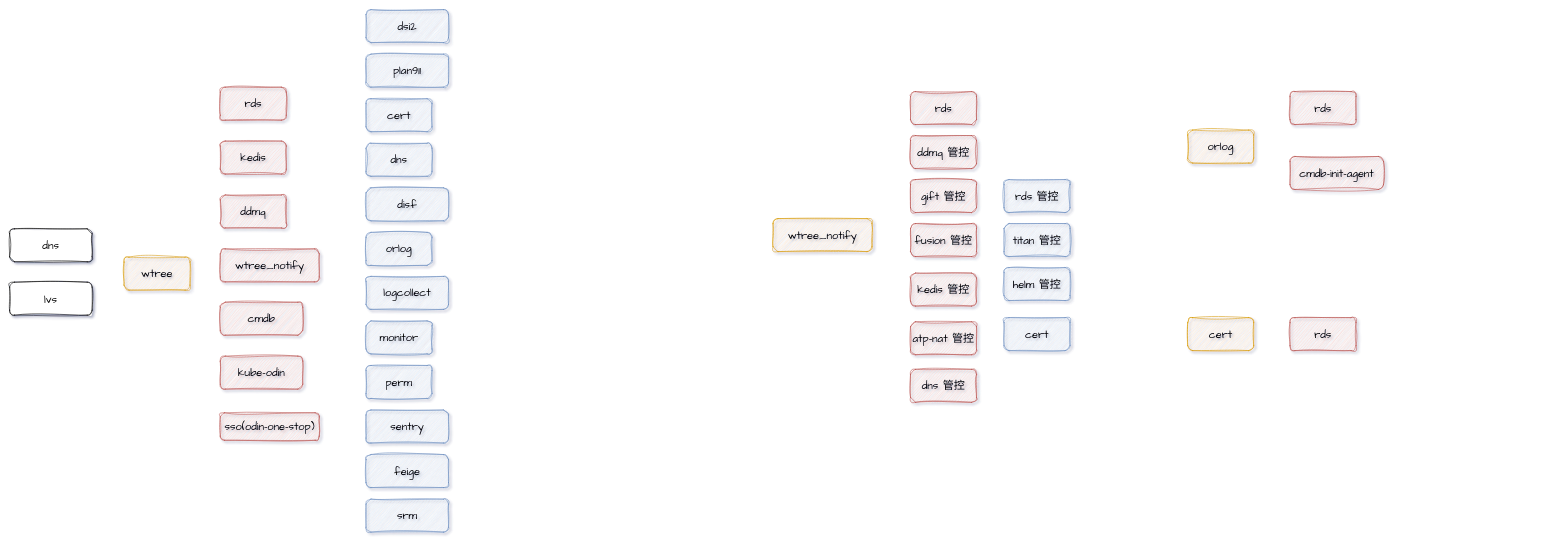
This is page "wtree 依赖" (6 of 6) of wtree.drawio from yubo/draw, a draw.io file, before an edit. Source tidied: cells renumbered, new cells numbered last; positions are measured from the earlier drawing's top-left corner, leaving out a move shared by most shapes. Both pictures are drawn from the tidied source at 55%, with x=0, y=0 at pixel (9, 9).
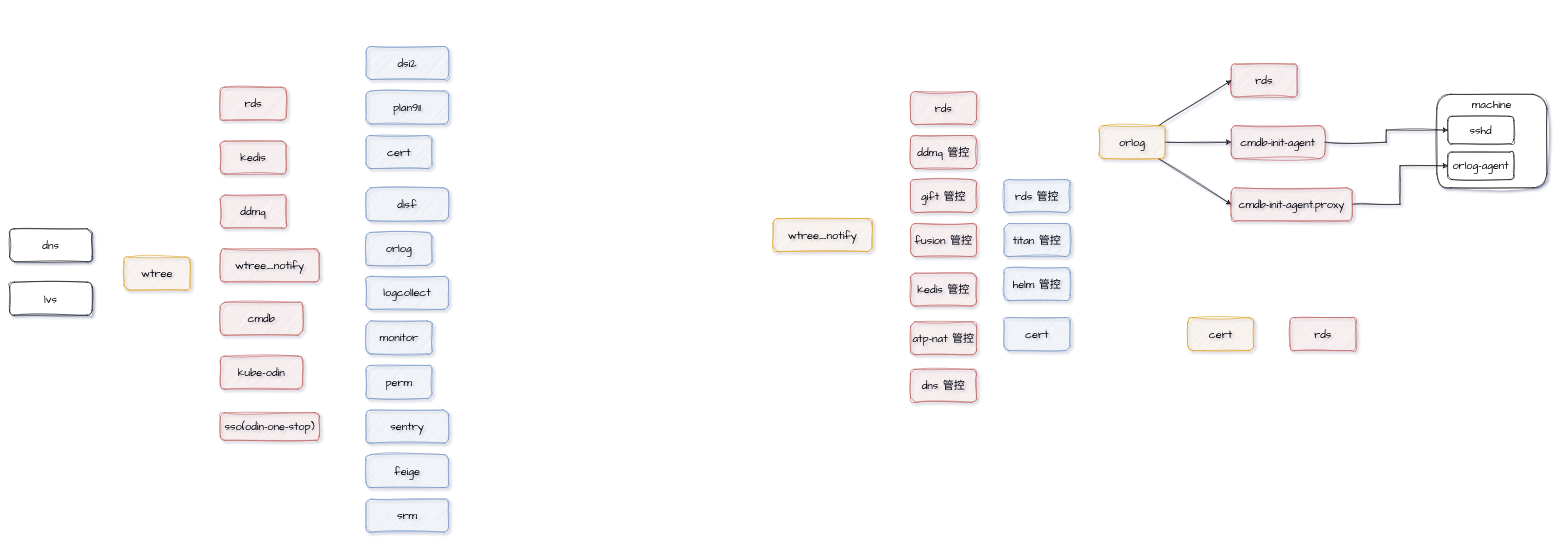
The same page after the edit.

What changed in the source:
```diff
@@
+    <mxCell id="41" value="machine" style="rounded=1;whiteSpace=wrap;html=1;sketch=1;hachureGap=4;jiggle=2;curveFitting=1;fontFamily=Architects Daughter;fontSize=20;horizontal=1;verticalAlign=top;" parent="1" vertex="1">
+      <mxGeometry x="2595" y="154" width="200" height="170" as="geometry" />
+    </mxCell>
@@
     <mxCell id="4" value="cert" style="rounded=1;whiteSpace=wrap;html=1;sketch=1;hachureGap=4;jiggle=2;curveFitting=1;fontFamily=Architects Daughter;fontSize=20;fillColor=#dae8fc;strokeColor=#6c8ebf;" parent="1" vertex="1">
-      <mxGeometry x="648" y="162" width="120" height="60" as="geometry" />
+      <mxGeometry x="648" y="229" width="120" height="60" as="geometry" />
     </mxCell>
@@
-    <mxCell id="8" value="dns" style="rounded=1;whiteSpace=wrap;html=1;sketch=1;hachureGap=4;jiggle=2;curveFitting=1;fontFamily=Architects Daughter;fontSize=20;fillColor=#dae8fc;strokeColor=#6c8ebf;" parent="1" vertex="1">
-      <mxGeometry x="648" y="243" width="120" height="60" as="geometry" />
-    </mxCell>
@@
     <mxCell id="20" value="plan911" style="rounded=1;whiteSpace=wrap;html=1;sketch=1;hachureGap=4;jiggle=2;curveFitting=1;fontFamily=Architects Daughter;fontSize=20;fillColor=#dae8fc;strokeColor=#6c8ebf;" parent="1" vertex="1">
-      <mxGeometry x="648" y="81" width="150" height="60" as="geometry" />
+      <mxGeometry x="648" y="148" width="150" height="60" as="geometry" />
     </mxCell>
     <mxCell id="21" value="dsi2" style="rounded=1;whiteSpace=wrap;html=1;sketch=1;hachureGap=4;jiggle=2;curveFitting=1;fontFamily=Architects Daughter;fontSize=20;fillColor=#dae8fc;strokeColor=#6c8ebf;" parent="1" vertex="1">
-      <mxGeometry x="648" width="150" height="60" as="geometry" />
+      <mxGeometry x="648" y="67" width="150" height="60" as="geometry" />
     </mxCell>
@@
-    <mxCell id="33" value="cmdb-init-agent" style="rounded=1;whiteSpace=wrap;html=1;sketch=1;hachureGap=4;jiggle=2;curveFitting=1;fontFamily=Architects Daughter;fontSize=20;fillColor=#f8cecc;strokeColor=#b85450;" parent="1" vertex="1">
-      <mxGeometry x="2328" y="267" width="170" height="60" as="geometry" />
-    </mxCell>
-    <mxCell id="34" value="orlog" style="rounded=1;whiteSpace=wrap;html=1;sketch=1;hachureGap=4;jiggle=2;curveFitting=1;fontFamily=Architects Daughter;fontSize=20;fillColor=#ffe6cc;strokeColor=#d79b00;" parent="1" vertex="1">
-      <mxGeometry x="2142" y="219" width="120" height="60" as="geometry" />
-    </mxCell>
     <mxCell id="35" value="rds" style="rounded=1;whiteSpace=wrap;html=1;sketch=1;hachureGap=4;jiggle=2;curveFitting=1;fontFamily=Architects Daughter;fontSize=20;fillColor=#f8cecc;strokeColor=#b85450;" parent="1" vertex="1">
-      <mxGeometry x="2328" y="149" width="120" height="60" as="geometry" />
+      <mxGeometry x="2221" y="99" width="120" height="60" as="geometry" />
     </mxCell>
@@
+    <mxCell id="42" style="edgeStyle=orthogonalEdgeStyle;rounded=0;sketch=1;hachureGap=4;jiggle=2;curveFitting=1;jettySize=auto;html=1;fontFamily=Architects Daughter;fontSize=16;" parent="1" edge="1" source="34" target="33">
+      <mxGeometry relative="1" as="geometry" />
+    </mxCell>
+    <mxCell id="43" style="rounded=0;sketch=1;hachureGap=4;jiggle=2;curveFitting=1;jettySize=auto;html=1;entryX=0;entryY=0.5;entryDx=0;entryDy=0;fontFamily=Architects Daughter;fontSize=16;" parent="1" edge="1" source="34" target="49">
+      <mxGeometry relative="1" as="geometry" />
+    </mxCell>
+    <mxCell id="44" style="rounded=0;sketch=1;hachureGap=4;jiggle=2;curveFitting=1;jettySize=auto;html=1;entryX=0;entryY=0.5;entryDx=0;entryDy=0;fontFamily=Architects Daughter;fontSize=16;" parent="1" edge="1" source="34" target="35">
+      <mxGeometry relative="1" as="geometry" />
+    </mxCell>
+    <mxCell id="34" value="orlog" style="rounded=1;whiteSpace=wrap;html=1;sketch=1;hachureGap=4;jiggle=2;curveFitting=1;fontFamily=Architects Daughter;fontSize=20;fillColor=#ffe6cc;strokeColor=#d79b00;" parent="1" vertex="1">
+      <mxGeometry x="1981" y="211" width="120" height="60" as="geometry" />
+    </mxCell>
+    <mxCell id="45" style="edgeStyle=orthogonalEdgeStyle;rounded=0;sketch=1;hachureGap=4;jiggle=2;curveFitting=1;jettySize=auto;html=1;entryX=0;entryY=0.5;entryDx=0;entryDy=0;fontFamily=Architects Daughter;fontSize=16;" parent="1" edge="1" source="33" target="47">
+      <mxGeometry relative="1" as="geometry" />
+    </mxCell>
+    <mxCell id="33" value="cmdb-init-agent" style="rounded=1;whiteSpace=wrap;html=1;sketch=1;hachureGap=4;jiggle=2;curveFitting=1;fontFamily=Architects Daughter;fontSize=20;fillColor=#f8cecc;strokeColor=#b85450;" parent="1" vertex="1">
+      <mxGeometry x="2221" y="211" width="170" height="60" as="geometry" />
+    </mxCell>
+    <mxCell id="46" value="orlog-agent" style="rounded=1;whiteSpace=wrap;html=1;sketch=1;hachureGap=4;jiggle=2;curveFitting=1;fontFamily=Architects Daughter;fontSize=20;" parent="1" vertex="1">
+      <mxGeometry x="2615" y="259" width="120" height="50" as="geometry" />
+    </mxCell>
+    <mxCell id="47" value="sshd" style="rounded=1;whiteSpace=wrap;html=1;sketch=1;hachureGap=4;jiggle=2;curveFitting=1;fontFamily=Architects Daughter;fontSize=20;" parent="1" vertex="1">
+      <mxGeometry x="2615" y="194" width="120" height="50" as="geometry" />
+    </mxCell>
+    <mxCell id="48" style="edgeStyle=orthogonalEdgeStyle;rounded=0;sketch=1;hachureGap=4;jiggle=2;curveFitting=1;jettySize=auto;html=1;entryX=0;entryY=0.5;entryDx=0;entryDy=0;fontFamily=Architects Daughter;fontSize=16;" parent="1" edge="1" source="49" target="46">
+      <mxGeometry relative="1" as="geometry" />
+    </mxCell>
+    <mxCell id="49" value="cmdb-init-agent.proxy" style="rounded=1;whiteSpace=wrap;html=1;sketch=1;hachureGap=4;jiggle=2;curveFitting=1;fontFamily=Architects Daughter;fontSize=20;fillColor=#f8cecc;strokeColor=#b85450;" parent="1" vertex="1">
+      <mxGeometry x="2221" y="324" width="220" height="60" as="geometry" />
+    </mxCell>
```
